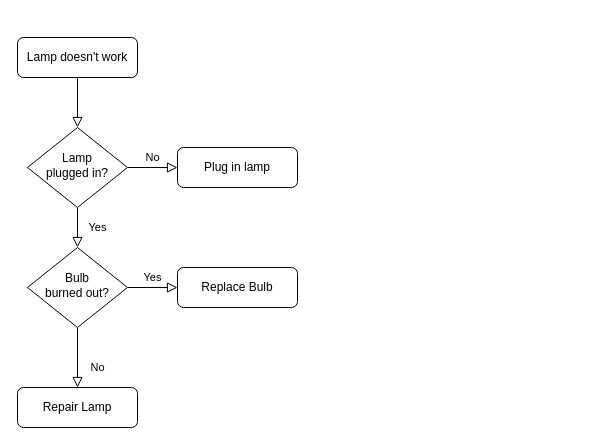
Before: main/Untitled Diagram.drawio in ASDAH-Digtal/level-1-python-quiz-Jianaaaa, a draw.io diagram. Source tidied: cells renumbered, new cells numbered last; positions are measured from the earlier drawing's top-left corner, leaving out a move shared by most shapes. Both pictures are drawn from the tidied source at 100%, with x=0, y=0 at pixel (17, 37).
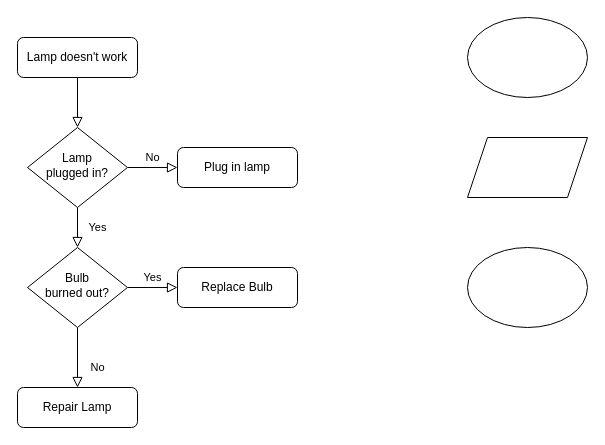
Above is the later version.

Change to the diagram source:
```diff
@@
 <mxGraphModel>
   <root>
     <mxCell id="0" />
     <mxCell id="1" parent="0" />
     <mxCell id="2" style="rounded=0;html=1;jettySize=auto;fontSize=11;endArrow=block;endFill=0;endSize=8;strokeWidth=1;shadow=0;labelBackgroundColor=none;edgeStyle=orthogonalEdgeStyle;" parent="1" edge="1" source="3" target="6">
       <mxGeometry relative="1" as="geometry" />
     </mxCell>
     <mxCell id="3" value="Lamp doesn't work" style="rounded=1;whiteSpace=wrap;html=1;fontSize=12;glass=0;strokeWidth=1;shadow=0;" parent="1" vertex="1">
       <mxGeometry width="120" height="40" as="geometry" />
     </mxCell>
     <mxCell id="4" value="Yes" style="rounded=0;html=1;jettySize=auto;fontSize=11;endArrow=block;endFill=0;endSize=8;strokeWidth=1;shadow=0;labelBackgroundColor=none;edgeStyle=orthogonalEdgeStyle;" parent="1" edge="1" source="6" target="10">
       <mxGeometry y="20" relative="1" as="geometry" />
     </mxCell>
     <mxCell id="5" value="No" style="edgeStyle=orthogonalEdgeStyle;rounded=0;html=1;jettySize=auto;fontSize=11;endArrow=block;endFill=0;endSize=8;strokeWidth=1;shadow=0;labelBackgroundColor=none;" parent="1" edge="1" source="6" target="7">
       <mxGeometry y="10" relative="1" as="geometry" />
     </mxCell>
     <mxCell id="6" value="Lamp&lt;br&gt;plugged in?" style="rhombus;whiteSpace=wrap;html=1;shadow=0;fontFamily=Helvetica;fontSize=12;align=center;strokeWidth=1;spacing=6;spacingTop=-4;" parent="1" vertex="1">
       <mxGeometry x="10" y="90" width="100" height="80" as="geometry" />
     </mxCell>
     <mxCell id="7" value="Plug in lamp" style="rounded=1;whiteSpace=wrap;html=1;fontSize=12;glass=0;strokeWidth=1;shadow=0;" parent="1" vertex="1">
       <mxGeometry x="160" y="110" width="120" height="40" as="geometry" />
     </mxCell>
     <mxCell id="8" value="No" style="rounded=0;html=1;jettySize=auto;fontSize=11;endArrow=block;endFill=0;endSize=8;strokeWidth=1;shadow=0;labelBackgroundColor=none;edgeStyle=orthogonalEdgeStyle;" parent="1" edge="1" source="10" target="11">
       <mxGeometry x="0.33" y="20" relative="1" as="geometry" />
     </mxCell>
     <mxCell id="9" value="Yes" style="edgeStyle=orthogonalEdgeStyle;rounded=0;html=1;jettySize=auto;fontSize=11;endArrow=block;endFill=0;endSize=8;strokeWidth=1;shadow=0;labelBackgroundColor=none;" parent="1" edge="1" source="10" target="12">
       <mxGeometry y="10" relative="1" as="geometry" />
     </mxCell>
     <mxCell id="10" value="Bulb&lt;br&gt;burned out?" style="rhombus;whiteSpace=wrap;html=1;shadow=0;fontFamily=Helvetica;fontSize=12;align=center;strokeWidth=1;spacing=6;spacingTop=-4;" parent="1" vertex="1">
       <mxGeometry x="10" y="210" width="100" height="80" as="geometry" />
     </mxCell>
     <mxCell id="11" value="Repair Lamp" style="rounded=1;whiteSpace=wrap;html=1;fontSize=12;glass=0;strokeWidth=1;shadow=0;" parent="1" vertex="1">
       <mxGeometry y="350" width="120" height="40" as="geometry" />
     </mxCell>
     <mxCell id="12" value="Replace Bulb" style="rounded=1;whiteSpace=wrap;html=1;fontSize=12;glass=0;strokeWidth=1;shadow=0;" parent="1" vertex="1">
       <mxGeometry x="160" y="230" width="120" height="40" as="geometry" />
     </mxCell>
+    <mxCell id="13" style="ellipse;whiteSpace=wrap;html=1;" parent="1" vertex="1">
+      <mxGeometry x="450" y="-20" width="120" height="80" as="geometry" />
+    </mxCell>
+    <mxCell id="14" style="shape=parallelogram;perimeter=parallelogramPerimeter;whiteSpace=wrap;html=1;fixedSize=1;" parent="1" vertex="1">
+      <mxGeometry x="450" y="100" width="120" height="60" as="geometry" />
+    </mxCell>
+    <mxCell id="15" style="ellipse;whiteSpace=wrap;html=1;" parent="1" vertex="1">
+      <mxGeometry x="450" y="210" width="120" height="80" as="geometry" />
+    </mxCell>
   </root>
 </mxGraphModel>
```
